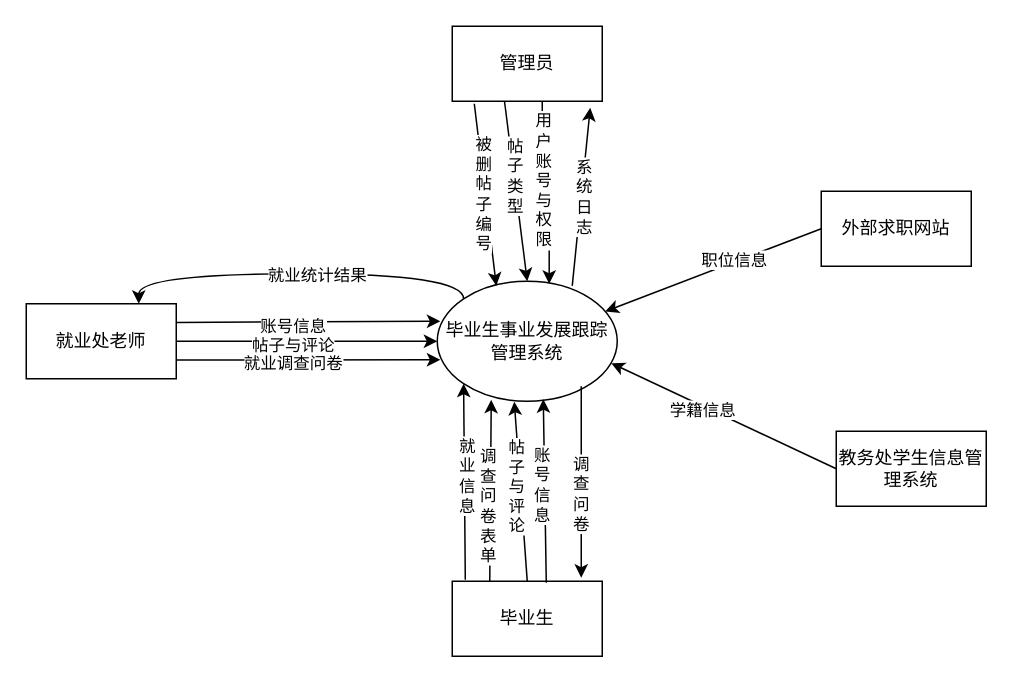
Earlier version of the draw.io diagram 数据流图.drawio (Ringo-linqin/drawio). Source tidied: cells renumbered, new cells numbered last; positions are measured from the earlier drawing's top-left corner, leaving out a move shared by most shapes. Both pictures are drawn from the tidied source at 150%, with x=0, y=0 at pixel (26, 26).
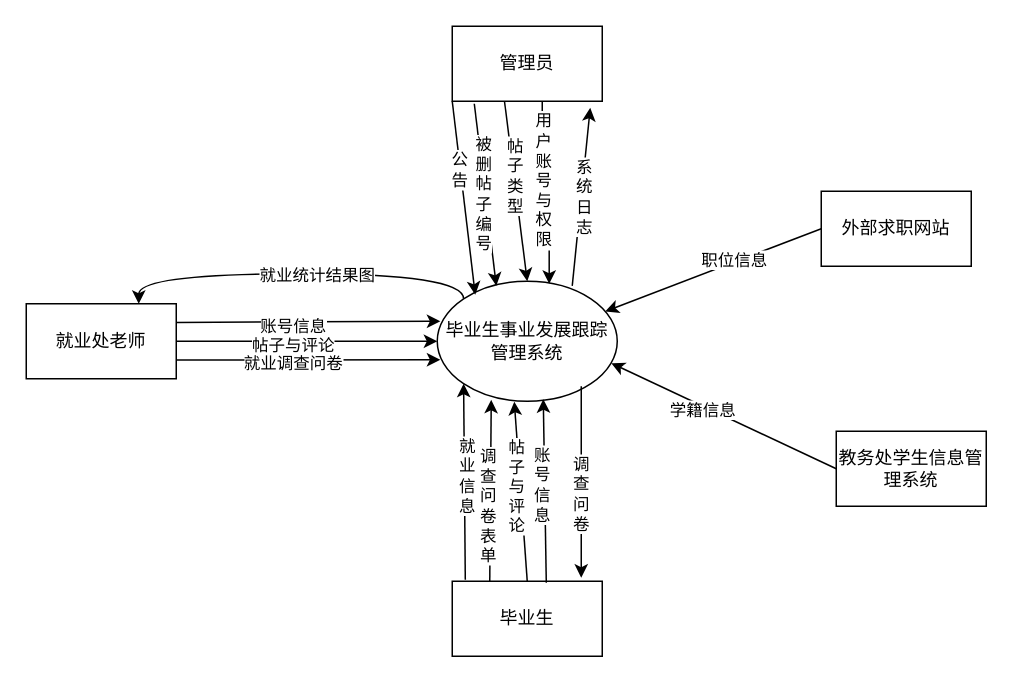
After the change.

Commit message:
更新数据流图.drawio

The change refers to these unchanged cells:
```xml
<mxCell id="2" style="edgeStyle=orthogonalEdgeStyle;rounded=0;jettySize=auto;html=1;exitX=0;exitY=0;exitDx=0;exitDy=0;entryX=0.75;entryY=0;entryDx=0;entryDy=0;curved=1;" parent="1" edge="1" source="4" target="10">
  <mxGeometry relative="1" as="geometry">
    <Array as="points">
      <mxPoint x="292" y="165" />
      <mxPoint x="75" y="165" />
    </Array>
  </mxGeometry>
</mxCell>
<mxCell id="4" value="毕业生事业发展跟踪管理系统" style="shape=ellipse;html=1;dashed=0;whiteSpace=wrap;perimeter=ellipsePerimeter;" parent="1" vertex="1">
  <mxGeometry x="274" y="170" width="120" height="80" as="geometry" />
</mxCell>
<mxCell id="17" value="管理员" style="html=1;dashed=0;whiteSpace=wrap;" parent="1" vertex="1">
  <mxGeometry x="284" width="100" height="50" as="geometry" />
</mxCell>
```

What changed in the source:
```diff
@@
-    <mxCell id="3" value="就业统计结果" style="edgeLabel;html=1;align=center;verticalAlign=middle;" parent="2" vertex="1">
+    <mxCell id="3" value="就业统计结果图" style="edgeLabel;html=1;align=center;verticalAlign=middle;" parent="2" vertex="1">
       <mxGeometry x="-0.09" relative="1" as="geometry" />
     </mxCell>
@@
+    <mxCell id="38" style="rounded=0;jettySize=auto;html=1;exitX=0;exitY=1;exitDx=0;exitDy=0;entryX=0.211;entryY=0.113;entryDx=0;entryDy=0;entryPerimeter=0;" parent="1" edge="1" source="17" target="4">
+      <mxGeometry relative="1" as="geometry" />
+    </mxCell>
+    <mxCell id="39" value="公&lt;br&gt;告" style="edgeLabel;html=1;align=center;verticalAlign=middle;" parent="38" vertex="1">
+      <mxGeometry x="-0.29" y="-1" relative="1" as="geometry" />
+    </mxCell>
```
